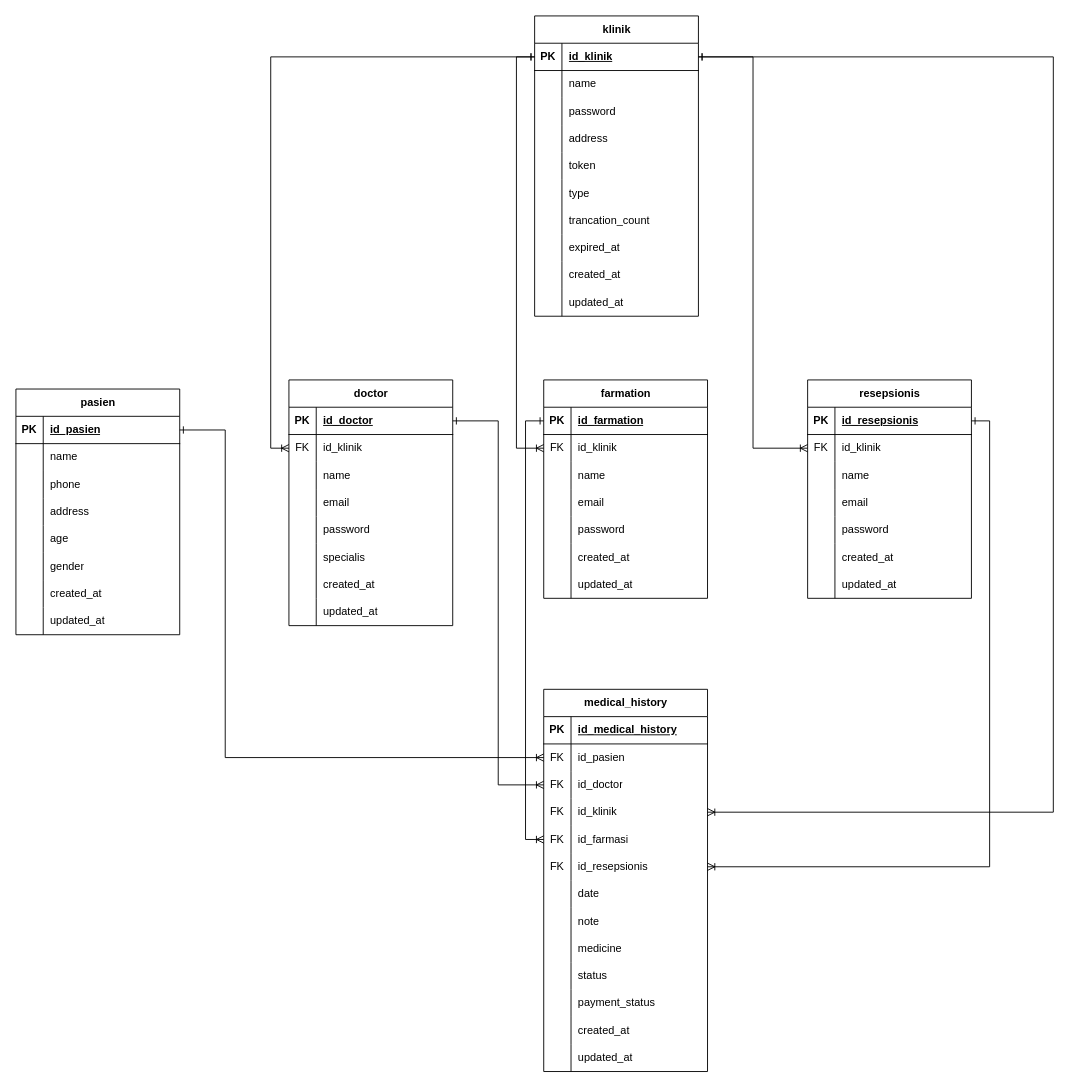
Before: erd_klinik.drawio in rrahmatn/dfd_erd_uml, a draw.io diagram. Source tidied: cells renumbered, new cells numbered last; positions are measured from the earlier drawing's top-left corner, leaving out a move shared by most shapes. Both pictures are drawn from the tidied source at 91%, with x=0, y=0 at pixel (15, 15).
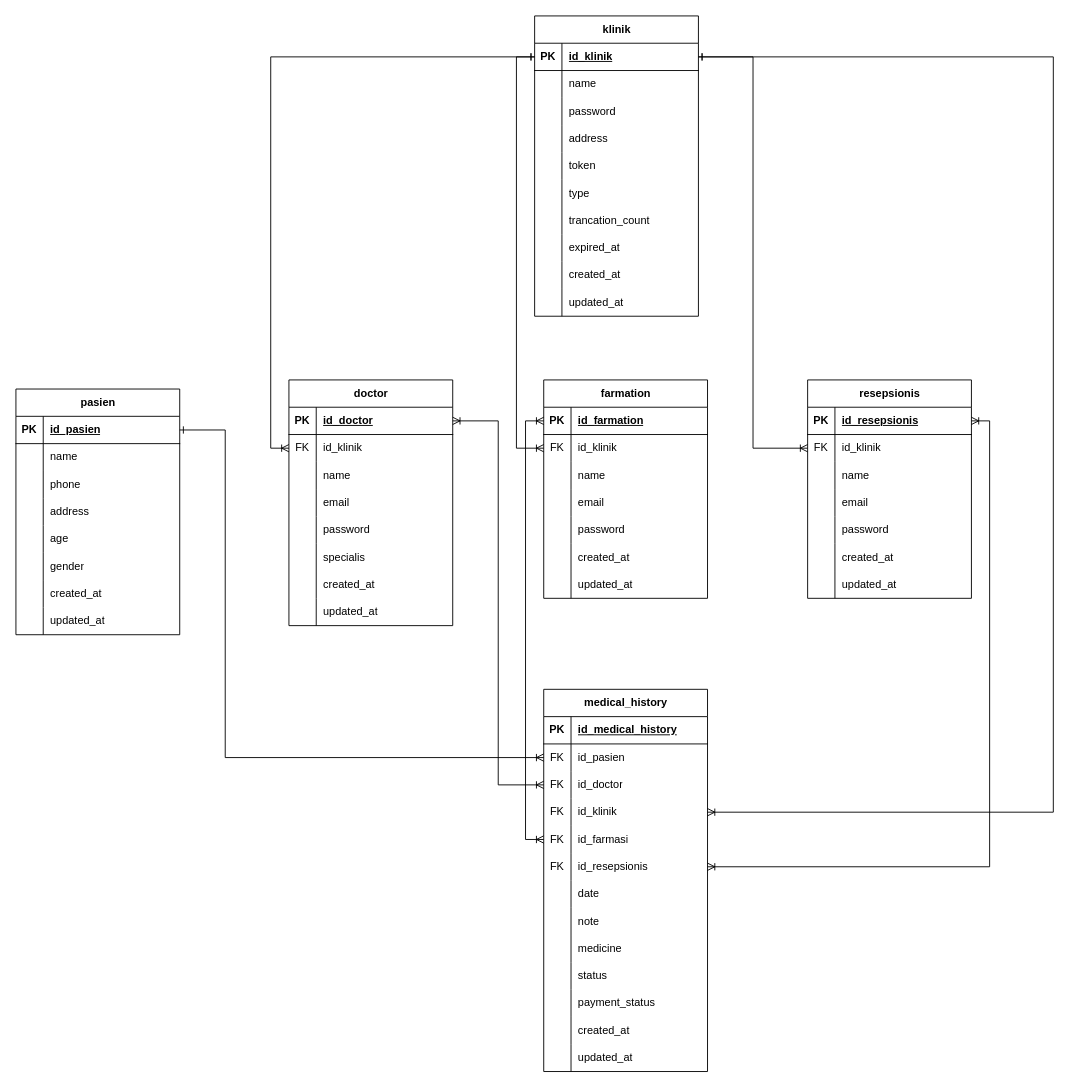
The same page after the edit.

The change refers to these unchanged cells:
```xml
<mxCell id="34" style="shape=tableRow;horizontal=0;startSize=0;swimlaneHead=0;swimlaneBody=0;fillColor=none;points=[[0,0.5],[1,0.5]];portConstraint=eastwest;top=0;left=0;right=0;bottom=1;" parent="33" vertex="1">
  <mxGeometry y="30" width="180" height="30" as="geometry" />
</mxCell>
<mxCell id="90" style="shape=tableRow;horizontal=0;startSize=0;swimlaneHead=0;swimlaneBody=0;fillColor=none;points=[[0,0.5],[1,0.5]];portConstraint=eastwest;top=0;left=0;right=0;bottom=0;" parent="83" vertex="1">
  <mxGeometry y="90" width="180" height="30" as="geometry" />
</mxCell>
<mxCell id="96" style="shape=tableRow;horizontal=0;startSize=0;swimlaneHead=0;swimlaneBody=0;fillColor=none;points=[[0,0.5],[1,0.5]];portConstraint=eastwest;top=0;left=0;right=0;bottom=0;" parent="83" vertex="1">
  <mxGeometry y="150" width="180" height="30" as="geometry" />
</mxCell>
<mxCell id="99" style="shape=tableRow;horizontal=0;startSize=0;swimlaneHead=0;swimlaneBody=0;fillColor=none;points=[[0,0.5],[1,0.5]];portConstraint=eastwest;top=0;left=0;right=0;bottom=0;" parent="83" vertex="1">
  <mxGeometry y="180" width="180" height="30" as="geometry" />
</mxCell>
<mxCell id="124" style="shape=tableRow;horizontal=0;startSize=0;swimlaneHead=0;swimlaneBody=0;fillColor=none;points=[[0,0.5],[1,0.5]];portConstraint=eastwest;top=0;left=0;right=0;bottom=1;" parent="123" vertex="1">
  <mxGeometry y="30" width="180" height="30" as="geometry" />
</mxCell>
<mxCell id="146" style="shape=tableRow;horizontal=0;startSize=0;swimlaneHead=0;swimlaneBody=0;fillColor=none;points=[[0,0.5],[1,0.5]];portConstraint=eastwest;top=0;left=0;right=0;bottom=1;" parent="145" vertex="1">
  <mxGeometry y="30" width="180" height="30" as="geometry" />
</mxCell>
```

Diff of the diagram source:
```diff
@@
-    <mxCell id="169" style="edgeStyle=orthogonalEdgeStyle;rounded=0;jettySize=auto;html=1;exitX=1;exitY=0.5;exitDx=0;exitDy=0;entryX=1;entryY=0.5;entryDx=0;entryDy=0;endArrow=ERoneToMany;endFill=0;startArrow=ERone;startFill=0;" parent="1" edge="1" source="146" target="99">
+    <mxCell id="169" style="edgeStyle=orthogonalEdgeStyle;rounded=0;jettySize=auto;html=1;exitX=1;exitY=0.5;exitDx=0;exitDy=0;entryX=1;entryY=0.5;entryDx=0;entryDy=0;endArrow=ERoneToMany;endFill=0;startArrow=ERoneToMany;startFill=0;" parent="1" edge="1" source="146" target="99">
       <mxGeometry relative="1" as="geometry" />
     </mxCell>
-    <mxCell id="170" style="edgeStyle=orthogonalEdgeStyle;rounded=0;jettySize=auto;html=1;exitX=0;exitY=0.5;exitDx=0;exitDy=0;entryX=0;entryY=0.5;entryDx=0;entryDy=0;endArrow=ERoneToMany;endFill=0;startArrow=ERone;startFill=0;" parent="1" edge="1" source="124" target="96">
+    <mxCell id="170" style="edgeStyle=orthogonalEdgeStyle;rounded=0;jettySize=auto;html=1;exitX=0;exitY=0.5;exitDx=0;exitDy=0;entryX=0;entryY=0.5;entryDx=0;entryDy=0;endArrow=ERoneToMany;endFill=0;startArrow=ERoneToMany;startFill=0;" parent="1" edge="1" source="124" target="96">
       <mxGeometry relative="1" as="geometry" />
     </mxCell>
-    <mxCell id="171" style="edgeStyle=orthogonalEdgeStyle;rounded=0;jettySize=auto;html=1;exitX=1;exitY=0.5;exitDx=0;exitDy=0;entryX=0;entryY=0.5;entryDx=0;entryDy=0;endArrow=ERoneToMany;endFill=0;startArrow=ERone;startFill=0;" parent="1" edge="1" source="34" target="90">
+    <mxCell id="171" style="edgeStyle=orthogonalEdgeStyle;rounded=0;jettySize=auto;html=1;exitX=1;exitY=0.5;exitDx=0;exitDy=0;entryX=0;entryY=0.5;entryDx=0;entryDy=0;endArrow=ERoneToMany;endFill=0;startArrow=ERoneToMany;startFill=0;" parent="1" edge="1" source="34" target="90">
       <mxGeometry relative="1" as="geometry" />
     </mxCell>
```
